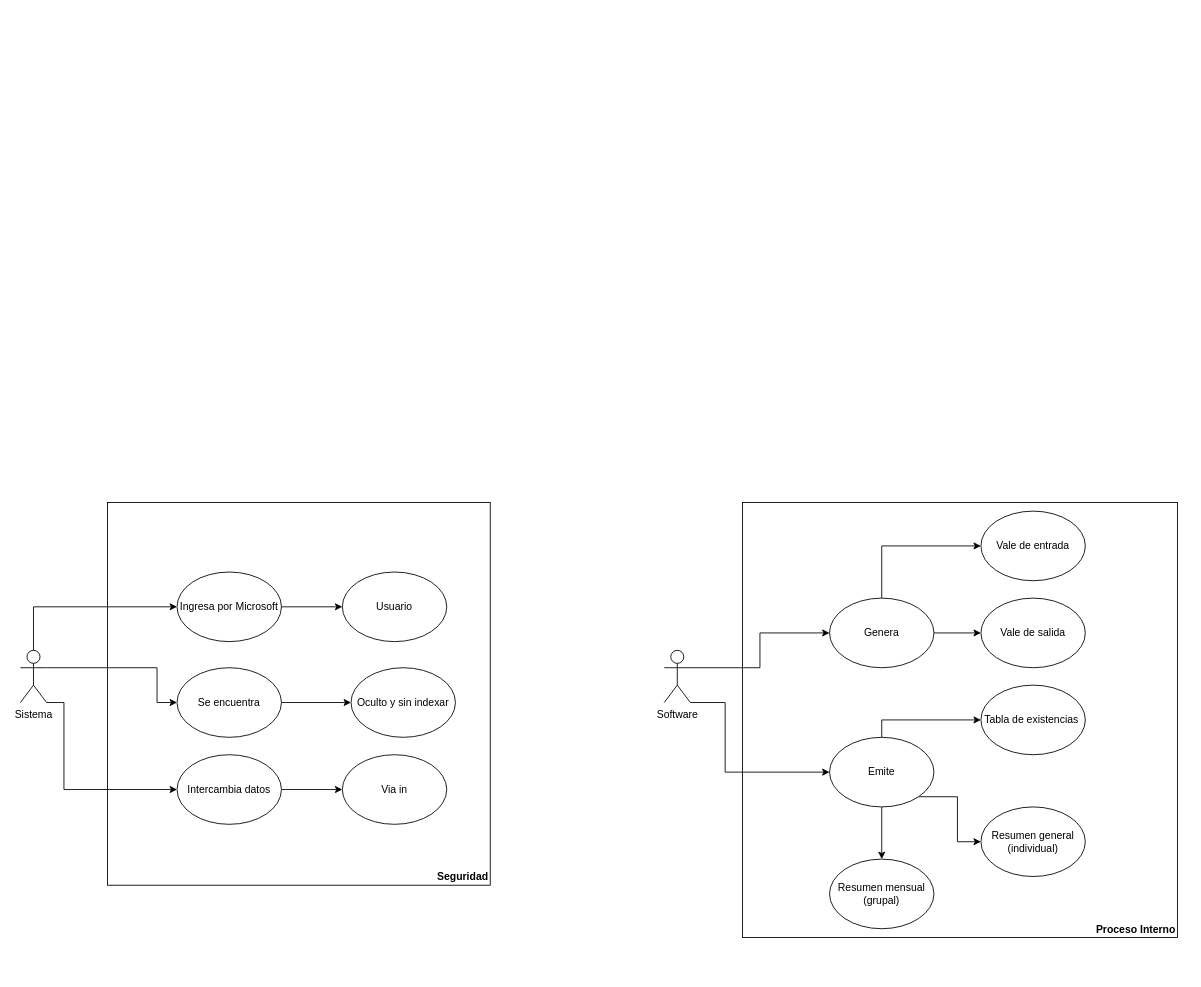
The draw.io diagram First-Sprint/Requerimientos Funcionales.drawio in orlandordzc/pruebas, before the edit. Source tidied: cells renumbered, new cells numbered last; positions are measured from the earlier drawing's top-left corner, leaving out a move shared by most shapes. Both pictures are drawn from the tidied source at 87%, with x=0, y=0 at pixel (20, 502).
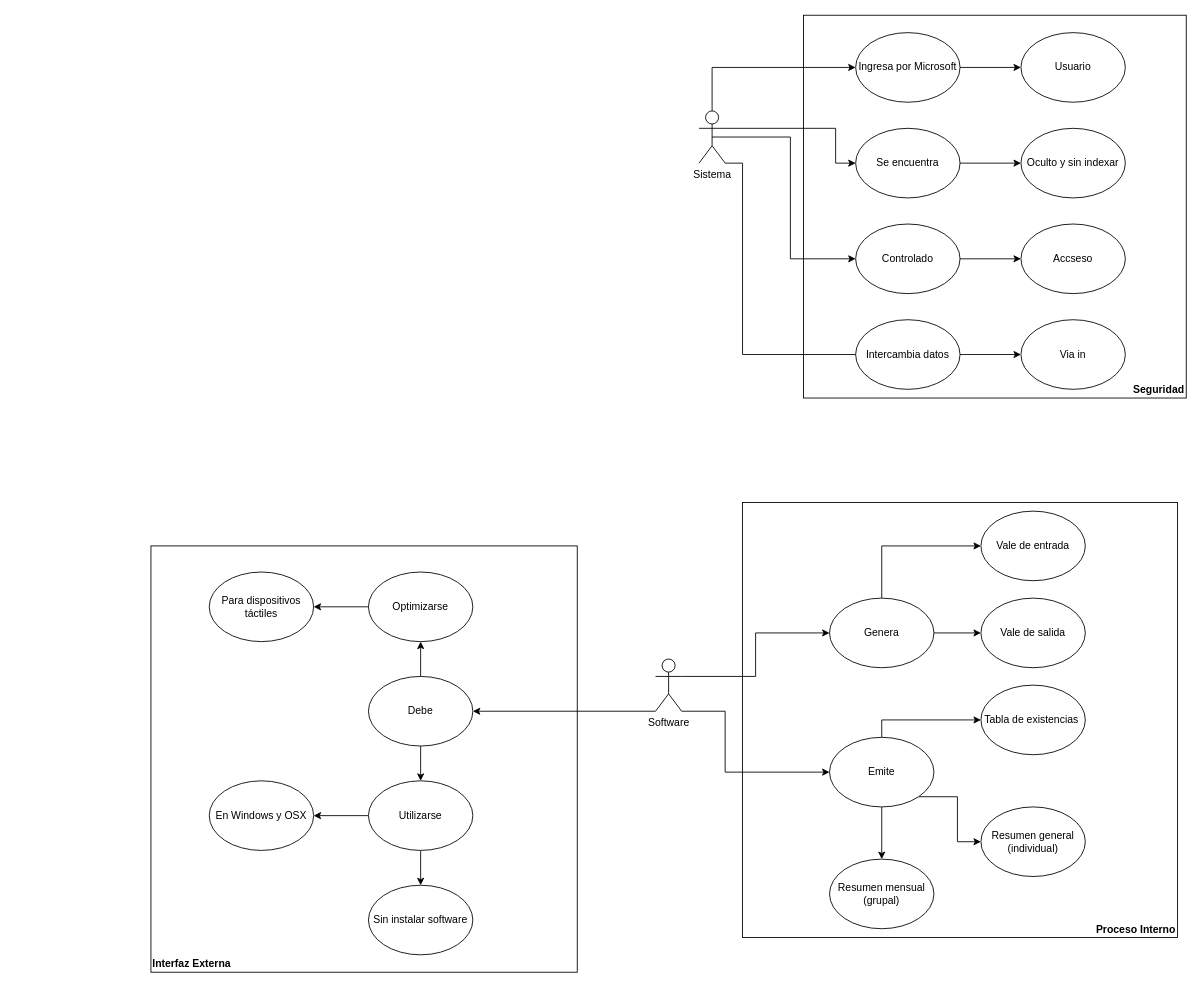
After the change.

Unchanged cells that the change refers to:
```xml
<mxCell id="14" value="Emite" style="ellipse;whiteSpace=wrap;html=1;" parent="1" vertex="1">
  <mxGeometry x="930" y="270" width="120" height="80" as="geometry" />
</mxCell>
```

The edit, as a diff of the source:
```diff
@@
+    <mxCell id="32" value="&lt;b&gt;Interfaz Externa&lt;/b&gt;" style="whiteSpace=wrap;html=1;align=left;verticalAlign=bottom;" parent="1" vertex="1">
+      <mxGeometry x="150" y="50" width="490" height="490" as="geometry" />
+    </mxCell>
@@
     <mxCell id="4" style="edgeStyle=orthogonalEdgeStyle;rounded=0;jettySize=auto;html=1;exitX=1;exitY=1;exitDx=0;exitDy=0;exitPerimeter=0;entryX=0;entryY=0.5;entryDx=0;entryDy=0;" parent="1" edge="1" source="6" target="14">
       <mxGeometry relative="1" as="geometry">
         <Array as="points">
-          <mxPoint x="810" y="230" />
+          <mxPoint x="810" y="240" />
           <mxPoint x="810" y="310" />
         </Array>
       </mxGeometry>
     </mxCell>
@@
+    <mxCell id="33" style="edgeStyle=orthogonalEdgeStyle;rounded=0;jettySize=auto;html=1;exitX=0;exitY=1;exitDx=0;exitDy=0;exitPerimeter=0;entryX=1;entryY=0.5;entryDx=0;entryDy=0;" parent="1" edge="1" source="6" target="43">
+      <mxGeometry relative="1" as="geometry">
+        <Array as="points">
+          <mxPoint x="520" y="240" />
+        </Array>
+      </mxGeometry>
+    </mxCell>
     <mxCell id="6" value="Software" style="shape=umlActor;verticalLabelPosition=bottom;verticalAlign=top;html=1;outlineConnect=0;" parent="1" vertex="1">
-      <mxGeometry x="740" y="170" width="30" height="60" as="geometry" />
+      <mxGeometry x="730" y="180" width="30" height="60" as="geometry" />
     </mxCell>
@@
     <mxCell id="18" value="&lt;b&gt;Seguridad&lt;/b&gt;" style="whiteSpace=wrap;html=1;align=right;verticalAlign=bottom;" parent="1" vertex="1">
-      <mxGeometry x="100" width="440" height="440" as="geometry" />
+      <mxGeometry x="900" y="-560" width="440" height="440" as="geometry" />
     </mxCell>
     <mxCell id="19" style="edgeStyle=orthogonalEdgeStyle;rounded=0;jettySize=auto;html=1;exitX=1;exitY=0.3333333333333333;exitDx=0;exitDy=0;exitPerimeter=0;entryX=0;entryY=0.5;entryDx=0;entryDy=0;" parent="1" edge="1" source="22" target="27">
       <mxGeometry relative="1" as="geometry">
         <Array as="points">
-          <mxPoint x="157" y="190" />
-          <mxPoint x="157" y="230" />
+          <mxPoint x="937" y="-430" />
+          <mxPoint x="937" y="-390" />
         </Array>
       </mxGeometry>
     </mxCell>
@@
     <mxCell id="21" style="edgeStyle=orthogonalEdgeStyle;rounded=0;jettySize=auto;html=1;exitX=1;exitY=1;exitDx=0;exitDy=0;exitPerimeter=0;entryX=0;entryY=0.5;entryDx=0;entryDy=0;" parent="1" edge="1" source="22" target="30">
       <mxGeometry relative="1" as="geometry">
         <Array as="points">
-          <mxPoint x="50" y="230" />
-          <mxPoint x="50" y="330" />
+          <mxPoint x="830" y="-390" />
+          <mxPoint x="830" y="-170" />
+          <mxPoint x="970" y="-170" />
         </Array>
       </mxGeometry>
     </mxCell>
+    <mxCell id="34" style="edgeStyle=orthogonalEdgeStyle;rounded=0;jettySize=auto;html=1;exitX=0.5;exitY=0.5;exitDx=0;exitDy=0;exitPerimeter=0;entryX=0;entryY=0.5;entryDx=0;entryDy=0;" parent="1" edge="1" source="22" target="36">
+      <mxGeometry relative="1" as="geometry" />
+    </mxCell>
     <mxCell id="22" value="Sistema" style="shape=umlActor;verticalLabelPosition=bottom;verticalAlign=top;html=1;outlineConnect=0;" parent="1" vertex="1">
-      <mxGeometry y="170" width="30" height="60" as="geometry" />
+      <mxGeometry x="780" y="-450" width="30" height="60" as="geometry" />
     </mxCell>
     <mxCell id="23" value="Usuario" style="ellipse;whiteSpace=wrap;html=1;" parent="1" vertex="1">
-      <mxGeometry x="370" y="80" width="120" height="80" as="geometry" />
+      <mxGeometry x="1150" y="-540" width="120" height="80" as="geometry" />
     </mxCell>
@@
     <mxCell id="25" value="Ingresa por Microsoft" style="ellipse;whiteSpace=wrap;html=1;" parent="1" vertex="1">
-      <mxGeometry x="180" y="80" width="120" height="80" as="geometry" />
+      <mxGeometry x="960" y="-540" width="120" height="80" as="geometry" />
     </mxCell>
@@
     <mxCell id="27" value="Se encuentra" style="ellipse;whiteSpace=wrap;html=1;" parent="1" vertex="1">
-      <mxGeometry x="180" y="190" width="120" height="80" as="geometry" />
+      <mxGeometry x="960" y="-430" width="120" height="80" as="geometry" />
     </mxCell>
     <mxCell id="28" value="Oculto y sin indexar" style="ellipse;whiteSpace=wrap;html=1;" parent="1" vertex="1">
-      <mxGeometry x="380" y="190" width="120" height="80" as="geometry" />
+      <mxGeometry x="1150" y="-430" width="120" height="80" as="geometry" />
     </mxCell>
@@
     <mxCell id="30" value="Intercambia datos" style="ellipse;whiteSpace=wrap;html=1;" parent="1" vertex="1">
-      <mxGeometry x="180" y="290" width="120" height="80" as="geometry" />
+      <mxGeometry x="960" y="-210" width="120" height="80" as="geometry" />
     </mxCell>
     <mxCell id="31" value="Via in" style="ellipse;whiteSpace=wrap;html=1;" parent="1" vertex="1">
-      <mxGeometry x="370" y="290" width="120" height="80" as="geometry" />
+      <mxGeometry x="1150" y="-210" width="120" height="80" as="geometry" />
     </mxCell>
+    <mxCell id="35" style="edgeStyle=orthogonalEdgeStyle;rounded=0;jettySize=auto;html=1;exitX=1;exitY=0.5;exitDx=0;exitDy=0;entryX=0;entryY=0.5;entryDx=0;entryDy=0;" parent="1" edge="1" source="36" target="37">
+      <mxGeometry relative="1" as="geometry" />
+    </mxCell>
+    <mxCell id="36" value="Controlado" style="ellipse;whiteSpace=wrap;html=1;" parent="1" vertex="1">
+      <mxGeometry x="960" y="-320" width="120" height="80" as="geometry" />
+    </mxCell>
+    <mxCell id="37" value="Accseso" style="ellipse;whiteSpace=wrap;html=1;" parent="1" vertex="1">
+      <mxGeometry x="1150" y="-320" width="120" height="80" as="geometry" />
+    </mxCell>
+    <mxCell id="38" style="edgeStyle=orthogonalEdgeStyle;rounded=0;jettySize=auto;html=1;exitX=0;exitY=0.5;exitDx=0;exitDy=0;entryX=1;entryY=0.5;entryDx=0;entryDy=0;" parent="1" edge="1" source="40" target="47">
+      <mxGeometry relative="1" as="geometry" />
+    </mxCell>
+    <mxCell id="39" style="edgeStyle=orthogonalEdgeStyle;rounded=0;jettySize=auto;html=1;exitX=0.5;exitY=1;exitDx=0;exitDy=0;entryX=0.5;entryY=0;entryDx=0;entryDy=0;" parent="1" edge="1" source="40" target="48">
+      <mxGeometry relative="1" as="geometry" />
+    </mxCell>
+    <mxCell id="40" value="Utilizarse" style="ellipse;whiteSpace=wrap;html=1;" parent="1" vertex="1">
+      <mxGeometry x="400" y="320" width="120" height="80" as="geometry" />
+    </mxCell>
+    <mxCell id="41" style="edgeStyle=orthogonalEdgeStyle;rounded=0;jettySize=auto;html=1;exitX=0.5;exitY=1;exitDx=0;exitDy=0;entryX=0.5;entryY=0;entryDx=0;entryDy=0;" parent="1" edge="1" source="43" target="40">
+      <mxGeometry relative="1" as="geometry" />
+    </mxCell>
+    <mxCell id="42" style="edgeStyle=orthogonalEdgeStyle;rounded=0;jettySize=auto;html=1;exitX=0.5;exitY=0;exitDx=0;exitDy=0;entryX=0.5;entryY=1;entryDx=0;entryDy=0;" parent="1" edge="1" source="43" target="45">
+      <mxGeometry relative="1" as="geometry" />
+    </mxCell>
+    <mxCell id="43" value="Debe" style="ellipse;whiteSpace=wrap;html=1;" parent="1" vertex="1">
+      <mxGeometry x="400" y="200" width="120" height="80" as="geometry" />
+    </mxCell>
+    <mxCell id="44" style="edgeStyle=orthogonalEdgeStyle;rounded=0;jettySize=auto;html=1;exitX=0;exitY=0.5;exitDx=0;exitDy=0;" parent="1" edge="1" source="45" target="46">
+      <mxGeometry relative="1" as="geometry" />
+    </mxCell>
+    <mxCell id="45" value="Optimizarse" style="ellipse;whiteSpace=wrap;html=1;" parent="1" vertex="1">
+      <mxGeometry x="400" y="80" width="120" height="80" as="geometry" />
+    </mxCell>
+    <mxCell id="46" value="Para dispositivos táctiles" style="ellipse;whiteSpace=wrap;html=1;" parent="1" vertex="1">
+      <mxGeometry x="217" y="80" width="120" height="80" as="geometry" />
+    </mxCell>
+    <mxCell id="47" value="En Windows y OSX" style="ellipse;whiteSpace=wrap;html=1;" parent="1" vertex="1">
+      <mxGeometry x="217" y="320" width="120" height="80" as="geometry" />
+    </mxCell>
+    <mxCell id="48" value="Sin instalar software" style="ellipse;whiteSpace=wrap;html=1;" parent="1" vertex="1">
+      <mxGeometry x="400" y="440" width="120" height="80" as="geometry" />
+    </mxCell>
```
